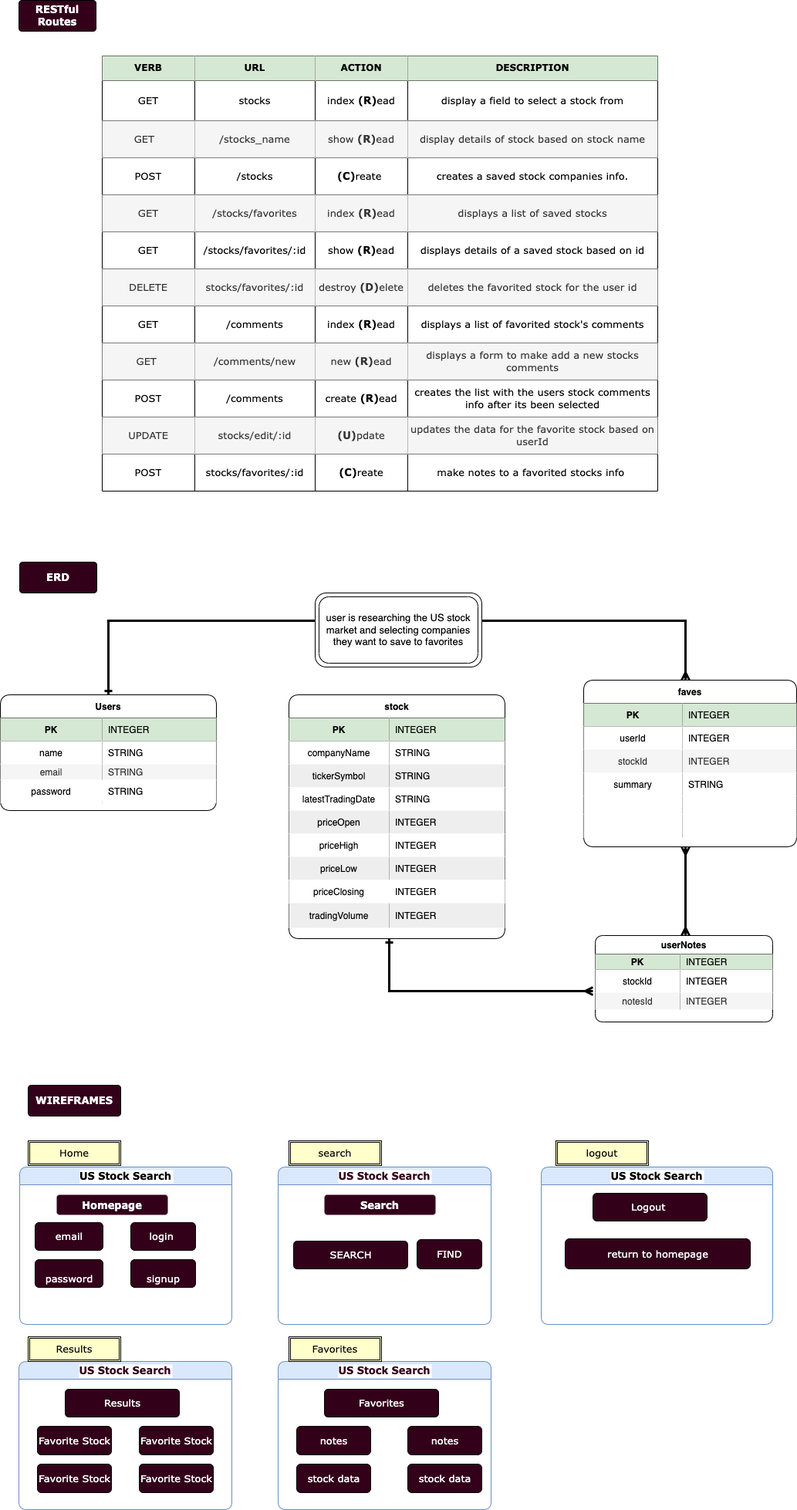
Earlier version of the draw.io export ERD.drawio.png (Professorsurf/Project-2). Source tidied: cells renumbered, new cells last; positions are measured from the earlier drawing's top-left corner, leaving out a move shared by most shapes.
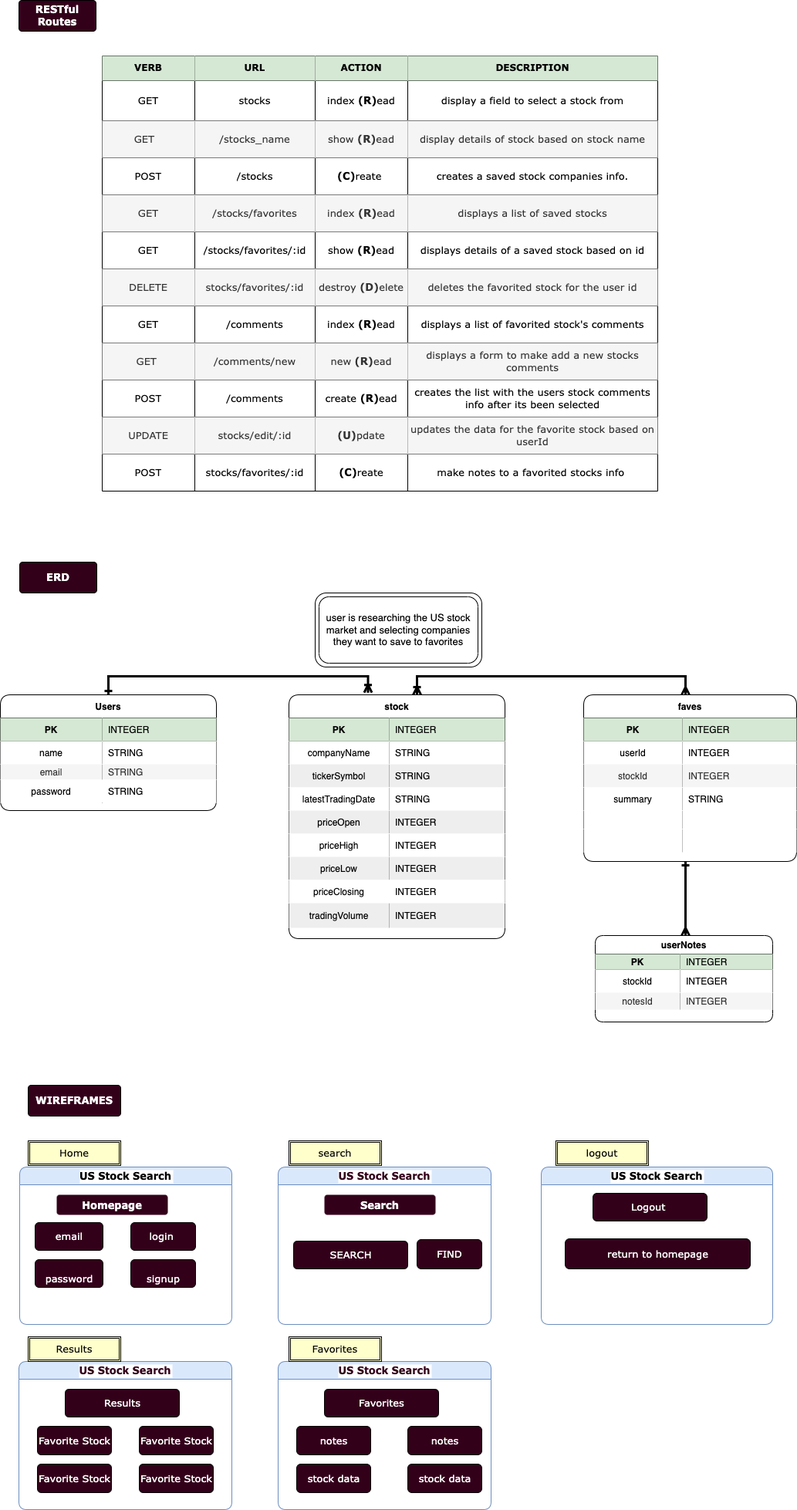
Above is the later version.

Change to the diagram source:
```diff
@@ -41,14 +41,6 @@
     <mxCell id="14" value="STRING" style="shape=partialRectangle;fillColor=none;top=0;left=0;bottom=0;right=0;align=left;spacingLeft=6;overflow=hidden;rounded=0;" parent="12" vertex="1">
       <mxGeometry x="132" width="148" height="30" as="geometry" />
     </mxCell>
-    <mxCell id="15" style="edgeStyle=orthogonalEdgeStyle;rounded=0;jettySize=auto;html=1;startArrow=ERone;startFill=0;endArrow=ERmany;endFill=0;strokeWidth=3;" parent="1" edge="1" source="16">
-      <mxGeometry relative="1" as="geometry">
-        <mxPoint x="768" y="1284" as="targetPoint" />
-        <Array as="points">
-          <mxPoint x="504" y="1284" />
-        </Array>
-      </mxGeometry>
-    </mxCell>
     <mxCell id="16" value="stock" style="shape=table;startSize=30;rowLines=0;fontStyle=1;align=center;rounded=1;shadow=0;" parent="1" vertex="1">
       <mxGeometry x="374" y="900" width="280" height="316" as="geometry" />
     </mxCell>
@@ -163,7 +155,7 @@
     <mxCell id="53" value="INTEGER" style="shape=partialRectangle;top=0;left=0;bottom=0;right=0;align=left;spacingLeft=6;overflow=hidden;rounded=0;fillColor=#f5f5f5;fontColor=#333333;strokeColor=#666666;" parent="51" vertex="1">
       <mxGeometry x="110" width="120" height="22" as="geometry" />
     </mxCell>
-    <mxCell id="54" style="edgeStyle=orthogonalEdgeStyle;rounded=0;jettySize=auto;html=1;startArrow=ERmany;startFill=0;endArrow=ERmany;endFill=0;strokeWidth=3;" parent="1" edge="1" source="56">
+    <mxCell id="54" style="edgeStyle=orthogonalEdgeStyle;rounded=0;jettySize=auto;html=1;startArrow=ERone;startFill=0;endArrow=ERmany;endFill=0;strokeWidth=3;" parent="1" edge="1" source="56">
       <mxGeometry relative="1" as="geometry">
         <mxPoint x="888" y="1212" as="targetPoint" />
         <Array as="points">
@@ -171,15 +163,16 @@
         </Array>
       </mxGeometry>
     </mxCell>
-    <mxCell id="55" style="edgeStyle=orthogonalEdgeStyle;rounded=0;jettySize=auto;html=1;startArrow=ERmany;startFill=0;endArrow=none;endFill=0;strokeWidth=3;" parent="1" edge="1" source="56" target="76">
+    <mxCell id="55" style="edgeStyle=orthogonalEdgeStyle;rounded=0;jettySize=auto;html=1;startArrow=ERmany;startFill=0;endArrow=ERoneToMany;endFill=0;strokeWidth=3;entryX=0.593;entryY=0;entryDx=0;entryDy=0;entryPerimeter=0;" parent="1" edge="1" source="56" target="16">
       <mxGeometry relative="1" as="geometry">
         <Array as="points">
-          <mxPoint x="888" y="804" />
+          <mxPoint x="888" y="876" />
+          <mxPoint x="540" y="876" />
         </Array>
       </mxGeometry>
     </mxCell>
     <mxCell id="56" value="faves" style="shape=table;startSize=30;rowLines=0;fontStyle=1;align=center;rounded=1;swimlaneLine=1;" parent="1" vertex="1">
-      <mxGeometry x="756" y="881" width="276" height="216" as="geometry" />
+      <mxGeometry x="756" y="900" width="276" height="216" as="geometry" />
     </mxCell>
     <mxCell id="57" style="shape=tableRow;horizontal=0;startSize=0;swimlaneHead=0;swimlaneBody=0;fillColor=none;top=0;left=0;right=0;bottom=1;rounded=0;" parent="56" vertex="1">
       <mxGeometry y="30" width="276" height="30" as="geometry" />
@@ -235,10 +228,11 @@
     <mxCell id="74" style="shape=partialRectangle;top=0;left=0;bottom=0;right=0;align=left;spacingLeft=6;overflow=hidden;rounded=1;shadow=0;sketch=0;fontFamily=Verdana;" parent="72" vertex="1">
       <mxGeometry x="128" width="148" height="30" as="geometry" />
     </mxCell>
-    <mxCell id="75" style="edgeStyle=orthogonalEdgeStyle;rounded=0;jettySize=auto;html=1;startArrow=none;startFill=0;endArrow=ERone;endFill=0;strokeWidth=3;entryX=0.5;entryY=0;entryDx=0;entryDy=0;" parent="1" edge="1" source="76" target="2">
+    <mxCell id="75" style="edgeStyle=orthogonalEdgeStyle;rounded=0;jettySize=auto;html=1;startArrow=ERoneToMany;startFill=0;endArrow=ERone;endFill=0;strokeWidth=3;entryX=0.5;entryY=0;entryDx=0;entryDy=0;exitX=0.366;exitY=-0.009;exitDx=0;exitDy=0;exitPerimeter=0;" parent="1" edge="1" source="16" target="2">
       <mxGeometry relative="1" as="geometry">
         <Array as="points">
-          <mxPoint x="140" y="804" />
+          <mxPoint x="477" y="876" />
+          <mxPoint x="140" y="876" />
         </Array>
       </mxGeometry>
     </mxCell>
```
